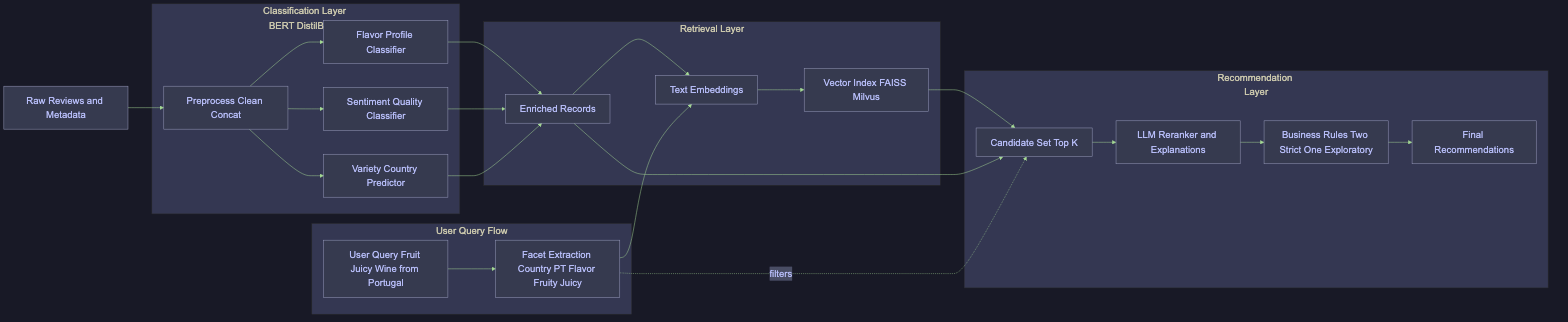
This is notebook/flowchart.png from pptav0/ds_nlp_wine_review, a Mermaid export, as it was before one commit. Its source is kept beside it as notebook/flowchart.mmd. Source of this version:
```mermaid
flowchart LR
A[Raw Reviews and Metadata] --> B[Preprocess Clean Concat]

subgraph CL [Classification Layer BERT DistilBERT]
B --> C1[Flavor Profile Classifier]
B --> C2[Sentiment Quality Classifier]
B --> C3[Variety Country Predictor]
end

C1 --> D[Enriched Records]
C2 --> D
C3 --> D

subgraph RET [Retrieval Layer]
D --> E[Text Embeddings]
E --> F[Vector Index FAISS Milvus]
end

subgraph REC [Recommendation Layer]
F --> G[Candidate Set Top K]
D --> G
G --> H[LLM Reranker and Explanations]
H --> I[Business Rules Two Strict One Exploratory]
I --> J[Final Recommendations]
end

subgraph UQF [User Query Flow]
Q[User Query Fruit Juicy Wine from Portugal] --> Q1[Facet Extraction Country PT Flavor Fruity Juicy]
Q1 --> E
Q1 -. filters .-> G
end
```
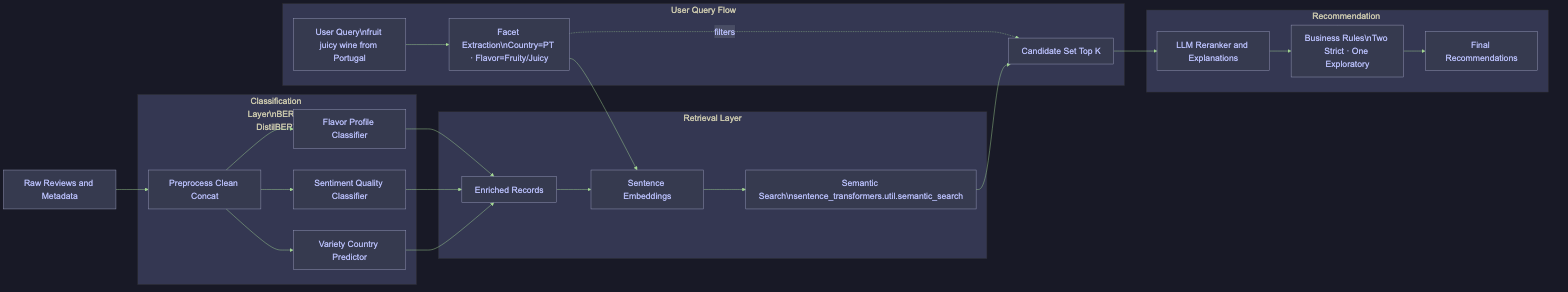
The same file after the commit.

What changed in the source:
```diff
@@ -1,10 +1,10 @@
 flowchart LR
 A[Raw Reviews and Metadata] --> B[Preprocess Clean Concat]
 
-subgraph CL [Classification Layer BERT DistilBERT]
-B --> C1[Flavor Profile Classifier]
-B --> C2[Sentiment Quality Classifier]
-B --> C3[Variety Country Predictor]
+subgraph CL [Classification Layer\nBERT / DistilBERT]
+    B --> C1[Flavor Profile Classifier]
+    B --> C2[Sentiment Quality Classifier]
+    B --> C3[Variety Country Predictor]
 end
 
 C1 --> D[Enriched Records]
@@ -12,20 +12,19 @@
 C3 --> D
 
 subgraph RET [Retrieval Layer]
-D --> E[Text Embeddings]
-E --> F[Vector Index FAISS Milvus]
+    D --> E[Sentence Embeddings]
+    E --> F[Semantic Search\nsentence_transformers.util.semantic_search]
+end
+
+subgraph UQF [User Query Flow]
+    Q[User Query\nfruit juicy wine from Portugal] --> Q1[Facet Extraction\nCountry=PT · Flavor=Fruity/Juicy]
+    Q1 --> E
+    Q1 -. filters .-> K
 end
 
 subgraph REC [Recommendation Layer]
-F --> G[Candidate Set Top K]
-D --> G
-G --> H[LLM Reranker and Explanations]
-H --> I[Business Rules Two Strict One Exploratory]
-I --> J[Final Recommendations]
+    F --> K[Candidate Set Top K]
+    K --> L[LLM Reranker and Explanations]
+    L --> M[Business Rules\nTwo Strict · One Exploratory]
+    M --> N[Final Recommendations]
 end
-
-subgraph UQF [User Query Flow]
-Q[User Query Fruit Juicy Wine from Portugal] --> Q1[Facet Extraction Country PT Flavor Fruity Juicy]
-Q1 --> E
-Q1 -. filters .-> G
-end
```
